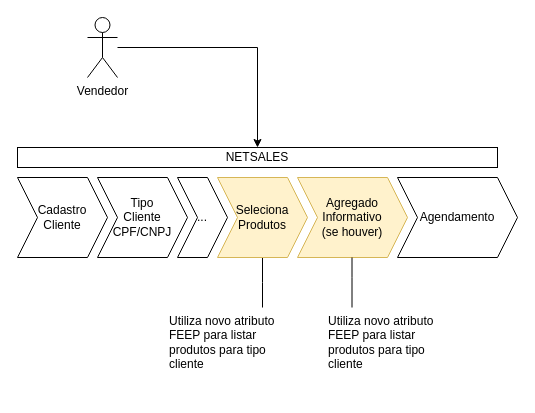
Above: 130346 Bloqueio de produtos PME para clientes PF.drawio in samirali/ClaroBrasil (draw.io), before the change. Source tidied: cells renumbered, new cells numbered last; positions are measured from the earlier drawing's top-left corner, leaving out a move shared by most shapes. Both pictures are drawn from the tidied source at 100%, with x=0, y=0 at pixel (17, 17).
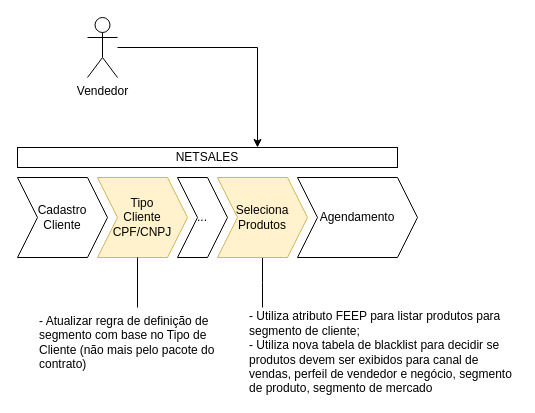
Above is the later version.

The edit, as a diff of the source:
```diff
@@
 <mxGraphModel>
   <root>
     <mxCell id="0" />
     <mxCell id="1" parent="0" />
     <mxCell id="2" style="edgeStyle=orthogonalEdgeStyle;rounded=0;jettySize=auto;html=1;" parent="1" edge="1" source="3" target="14">
       <mxGeometry relative="1" as="geometry">
         <Array as="points">
           <mxPoint x="240" y="30" />
         </Array>
       </mxGeometry>
     </mxCell>
     <mxCell id="3" value="Vendedor" style="shape=umlActor;verticalLabelPosition=bottom;verticalAlign=top;html=1;outlineConnect=0;" parent="1" vertex="1">
       <mxGeometry x="70" width="30" height="60" as="geometry" />
     </mxCell>
     <mxCell id="4" value="Cadastro&lt;div&gt;Cliente&lt;/div&gt;" style="shape=step;perimeter=stepPerimeter;whiteSpace=wrap;html=1;fixedSize=1;" parent="1" vertex="1">
       <mxGeometry y="160" width="90" height="80" as="geometry" />
     </mxCell>
-    <mxCell id="5" value="Tipo&lt;div&gt;Cliente&lt;/div&gt;&lt;div&gt;CPF/CNPJ&lt;/div&gt;" style="shape=step;perimeter=stepPerimeter;whiteSpace=wrap;html=1;fixedSize=1;" parent="1" vertex="1">
+    <mxCell id="5" value="Tipo&lt;div&gt;Cliente&lt;/div&gt;&lt;div&gt;CPF/CNPJ&lt;/div&gt;" style="shape=step;perimeter=stepPerimeter;whiteSpace=wrap;html=1;fixedSize=1;fillColor=#fff2cc;strokeColor=#d6b656;" parent="1" vertex="1">
       <mxGeometry x="80" y="160" width="90" height="80" as="geometry" />
     </mxCell>
     <mxCell id="6" value="..." style="shape=step;perimeter=stepPerimeter;whiteSpace=wrap;html=1;fixedSize=1;" parent="1" vertex="1">
       <mxGeometry x="160" y="160" width="50" height="80" as="geometry" />
     </mxCell>
     <mxCell id="7" style="edgeStyle=orthogonalEdgeStyle;rounded=0;jettySize=auto;html=1;endArrow=none;endFill=0;" parent="1" edge="1" source="8">
       <mxGeometry relative="1" as="geometry">
         <mxPoint x="245" y="290" as="targetPoint" />
       </mxGeometry>
     </mxCell>
     <mxCell id="8" value="Seleciona&lt;div&gt;Produtos&lt;/div&gt;" style="shape=step;perimeter=stepPerimeter;whiteSpace=wrap;html=1;fixedSize=1;fillColor=#fff2cc;strokeColor=#d6b656;" parent="1" vertex="1">
       <mxGeometry x="200" y="160" width="90" height="80" as="geometry" />
     </mxCell>
-    <mxCell id="9" value="Agregado Informativo&lt;div&gt;(se houver)&lt;/div&gt;" style="shape=step;perimeter=stepPerimeter;whiteSpace=wrap;html=1;fixedSize=1;fillColor=#fff2cc;strokeColor=#d6b656;" parent="1" vertex="1">
-      <mxGeometry x="280" y="160" width="110" height="80" as="geometry" />
-    </mxCell>
     <mxCell id="10" value="Agendamento" style="shape=step;perimeter=stepPerimeter;whiteSpace=wrap;html=1;fixedSize=1;" parent="1" vertex="1">
-      <mxGeometry x="380" y="160" width="120" height="80" as="geometry" />
+      <mxGeometry x="280" y="160" width="120" height="80" as="geometry" />
     </mxCell>
-    <mxCell id="11" value="Utiliza novo atributo FEEP para listar produtos para tipo cliente" style="text;html=1;whiteSpace=wrap;strokeColor=none;fillColor=none;align=left;verticalAlign=middle;rounded=0;" parent="1" vertex="1">
-      <mxGeometry x="150" y="290" width="130" height="70" as="geometry" />
+    <mxCell id="11" value="- Utiliza atributo FEEP para listar produtos para segmento de cliente;&lt;div&gt;- Utiliza nova tabela de blacklist para decidir se produtos devem ser exibidos para canal de vendas, perfeil de vendedor e negócio, segmento de produto, segmento de mercado&lt;/div&gt;" style="text;html=1;whiteSpace=wrap;strokeColor=none;fillColor=none;align=left;verticalAlign=middle;rounded=0;" parent="1" vertex="1">
+      <mxGeometry x="230" y="300" width="270" height="70" as="geometry" />
     </mxCell>
-    <mxCell id="12" style="edgeStyle=orthogonalEdgeStyle;rounded=0;orthogonalLoop=1;jettySize=auto;html=1;endArrow=none;endFill=0;" parent="1" edge="1">
-      <mxGeometry relative="1" as="geometry">
-        <mxPoint x="334.5" y="240" as="sourcePoint" />
-        <mxPoint x="334.5" y="290" as="targetPoint" />
-        <Array as="points">
-          <mxPoint x="334.5" y="260" />
-          <mxPoint x="334.5" y="260" />
-        </Array>
-      </mxGeometry>
-    </mxCell>
-    <mxCell id="13" value="Utiliza novo atributo FEEP para listar produtos para tipo cliente" style="text;html=1;whiteSpace=wrap;strokeColor=none;fillColor=none;align=left;verticalAlign=middle;rounded=0;" parent="1" vertex="1">
-      <mxGeometry x="309" y="290" width="130" height="70" as="geometry" />
-    </mxCell>
     <mxCell id="14" value="NETSALES" style="rounded=0;whiteSpace=wrap;html=1;" parent="1" vertex="1">
-      <mxGeometry y="130" width="480" height="20" as="geometry" />
+      <mxGeometry y="130" width="380" height="20" as="geometry" />
     </mxCell>
+    <mxCell id="15" value="- Atualizar regra de definição de segmento com base no Tipo de Cliente (não mais pelo pacote do contrato)" style="text;html=1;whiteSpace=wrap;strokeColor=none;fillColor=none;align=left;verticalAlign=middle;rounded=0;" parent="1" vertex="1">
+      <mxGeometry x="20" y="290" width="180" height="70" as="geometry" />
+    </mxCell>
+    <mxCell id="16" style="edgeStyle=orthogonalEdgeStyle;rounded=0;orthogonalLoop=1;jettySize=auto;html=1;endArrow=none;endFill=0;" parent="1" edge="1">
+      <mxGeometry relative="1" as="geometry">
+        <mxPoint x="120" y="240" as="sourcePoint" />
+        <mxPoint x="120" y="290" as="targetPoint" />
+      </mxGeometry>
+    </mxCell>
   </root>
 </mxGraphModel>
```
